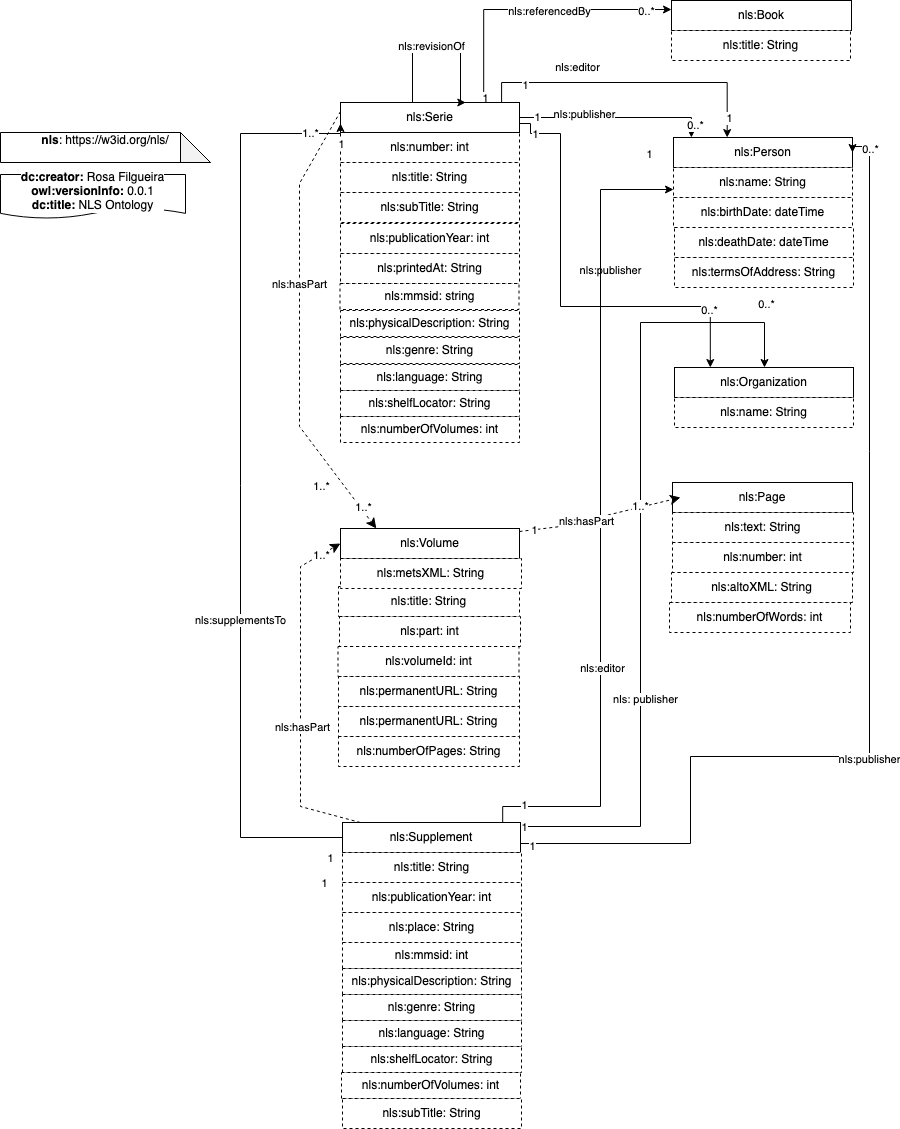
francesNLP/NLS-ontology keeps this draw.io diagram as doc/dataModel.png. Above is the earlier version. Source tidied: cells renumbered, new cells last; positions are measured from the earlier drawing's top-left corner, leaving out a move shared by most shapes.
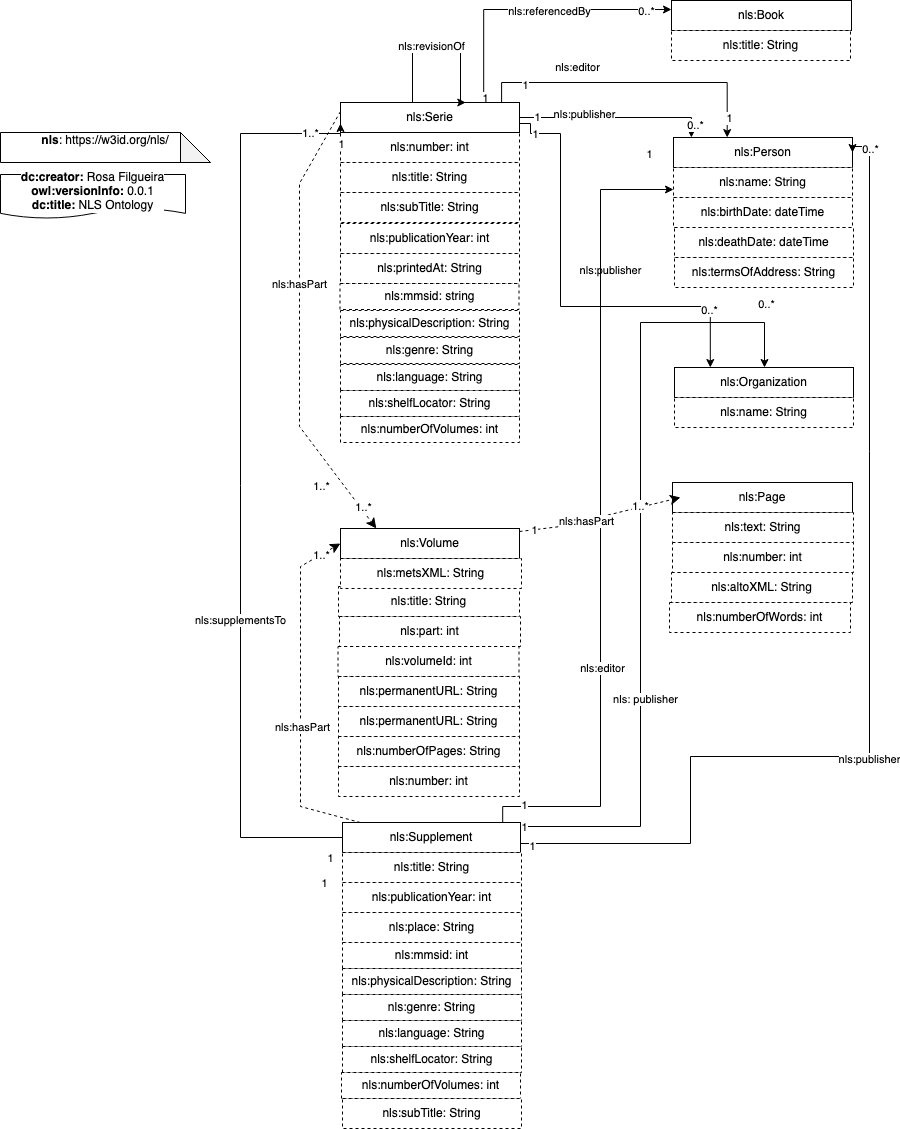
Above is the later version.

Change to the diagram source:
```diff
@@ -369,5 +369,8 @@
     <mxCell id="94" value="nls:deathDate: dateTime" style="rounded=0;whiteSpace=wrap;html=1;dashed=1;" parent="1" vertex="1">
       <mxGeometry x="674" y="227" width="179" height="30" as="geometry" />
     </mxCell>
+    <mxCell id="95" value="nls:number: int" style="rounded=0;whiteSpace=wrap;html=1;dashed=1;" parent="1" vertex="1">
+      <mxGeometry x="338" y="766" width="181" height="30" as="geometry" />
+    </mxCell>
   </root>
 </mxGraphModel>
```
